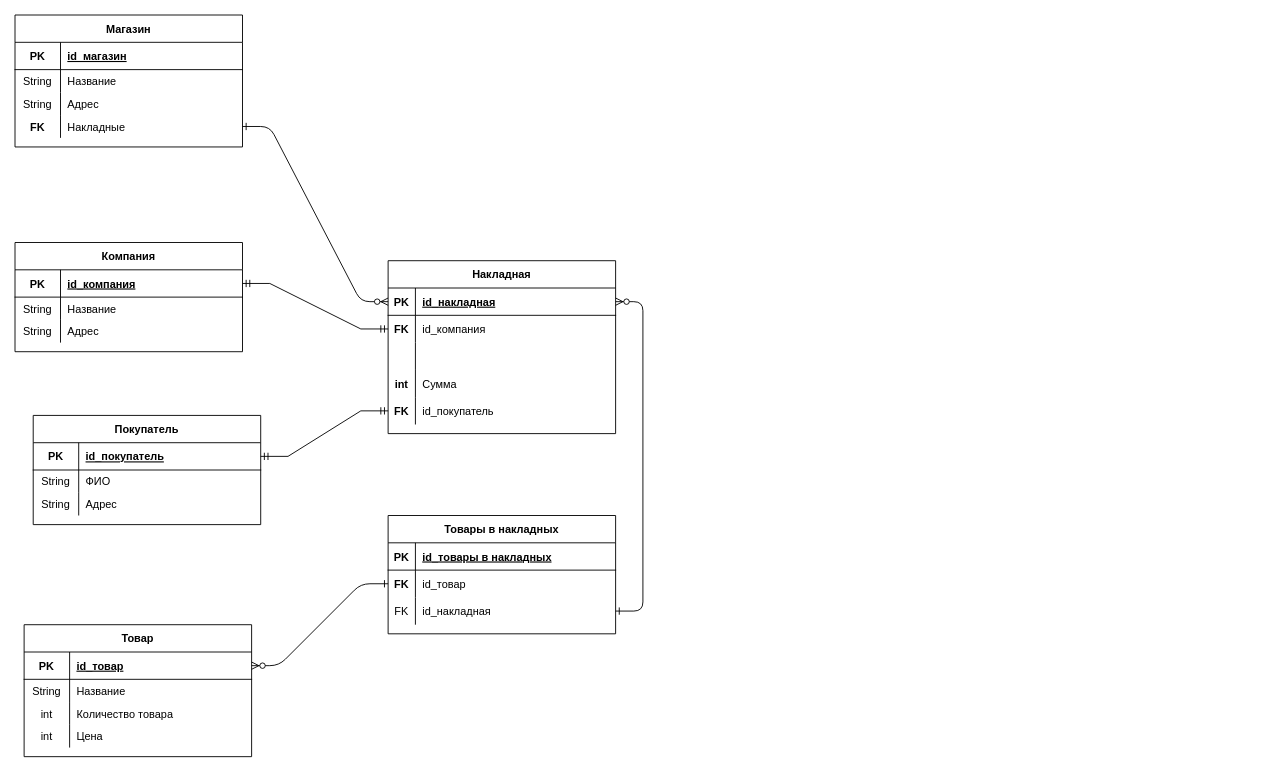
Above: LW_2/invoices.drawio in KREeDo5/data-bases (draw.io), before the change. Source tidied: cells renumbered, new cells numbered last; positions are measured from the earlier drawing's top-left corner, leaving out a move shared by most shapes. Both pictures are drawn from the tidied source at 91%, with x=0, y=0 at pixel (15, 15).
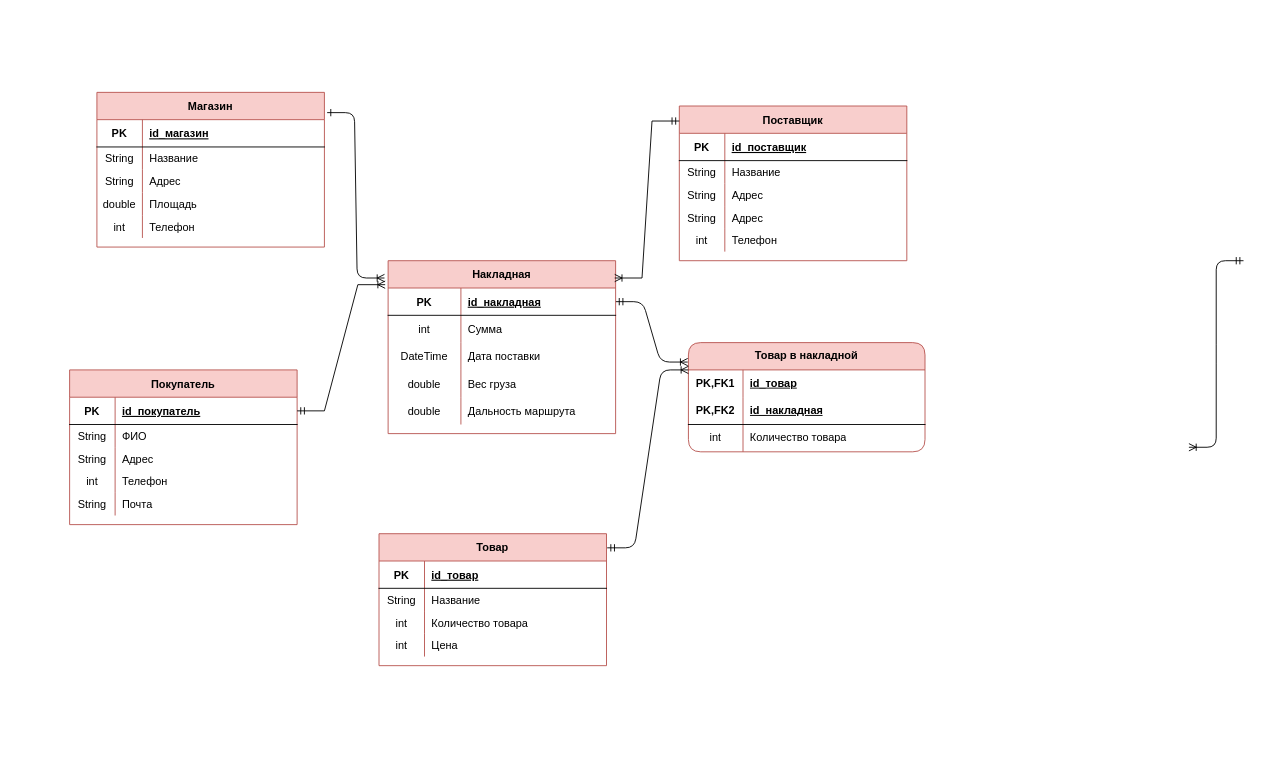
The same diagram, later.

Unchanged cells that the change refers to:
```xml
<mxCell id="5" style="shape=partialRectangle;fillColor=none;points=[[0,0.5],[1,0.5]];portConstraint=eastwest;top=0;left=0;right=0;bottom=1;" parent="4" vertex="1">
  <mxGeometry y="30" width="250" height="30" as="geometry" />
</mxCell>
<mxCell id="17" style="shape=partialRectangle;fillColor=none;points=[[0,0.5],[1,0.5]];portConstraint=eastwest;top=0;left=0;right=0;bottom=0;" parent="4" vertex="1">
  <mxGeometry y="150" width="250" height="30" as="geometry" />
</mxCell>
<mxCell id="31" style="shape=partialRectangle;fillColor=none;points=[[0,0.5],[1,0.5]];portConstraint=eastwest;top=0;left=0;right=0;bottom=1;" parent="30" vertex="1">
  <mxGeometry y="30" width="250" height="30" as="geometry" />
</mxCell>
<mxCell id="44" style="shape=partialRectangle;fillColor=none;points=[[0,0.5],[1,0.5]];portConstraint=eastwest;top=0;left=0;right=0;bottom=1;" parent="43" vertex="1">
  <mxGeometry y="30" width="250" height="30" as="geometry" />
</mxCell>
<mxCell id="54" style="shape=partialRectangle;fillColor=none;points=[[0,0.5],[1,0.5]];portConstraint=eastwest;top=0;left=0;right=0;bottom=1;" parent="53" vertex="1">
  <mxGeometry y="30" width="250" height="30" as="geometry" />
</mxCell>
<mxCell id="75" style="shape=partialRectangle;fillColor=none;points=[[0,0.5],[1,0.5]];portConstraint=eastwest;top=0;left=0;right=0;bottom=0;" parent="65" vertex="1">
  <mxGeometry y="110" width="250" height="25" as="geometry" />
</mxCell>
```

What changed in the source:
```diff
@@
-    <mxCell id="2" style="edgeStyle=entityRelationEdgeStyle;endArrow=ERzeroToMany;startArrow=ERone;endFill=1;startFill=0;exitX=0;exitY=0.5;exitDx=0;exitDy=0;entryX=1;entryY=0.5;entryDx=0;entryDy=0;" parent="1" edge="1" source="24" target="31">
+    <mxCell id="2" style="edgeStyle=entityRelationEdgeStyle;endArrow=ERoneToMany;startArrow=ERmandOne;endFill=0;startFill=0;exitX=1;exitY=0.5;exitDx=0;exitDy=0;entryX=-0.003;entryY=0.178;entryDx=0;entryDy=0;entryPerimeter=0;" parent="1" edge="1" source="5" target="102">
       <mxGeometry relative="1" as="geometry" />
     </mxCell>
-    <mxCell id="3" style="edgeStyle=entityRelationEdgeStyle;endArrow=ERzeroToMany;startArrow=ERone;endFill=1;startFill=0;exitX=1;exitY=0.5;exitDx=0;exitDy=0;entryX=1;entryY=0.5;entryDx=0;entryDy=0;" parent="1" edge="1" source="27" target="5">
-      <mxGeometry relative="1" as="geometry" />
+    <mxCell id="3" style="edgeStyle=entityRelationEdgeStyle;endArrow=ERmandOne;startArrow=ERoneToMany;endFill=0;startFill=0;entryX=1;entryY=0.5;entryDx=0;entryDy=0;" parent="1" edge="1">
+      <mxGeometry relative="1" as="geometry">
+        <mxPoint x="1290" y="475" as="sourcePoint" />
+        <mxPoint x="1350" y="270" as="targetPoint" />
+      </mxGeometry>
     </mxCell>
-    <mxCell id="4" value="Накладная" style="shape=table;startSize=30;childLayout=tableLayout;rowLines=0;fontStyle=1;align=center;" parent="1" vertex="1">
+    <mxCell id="4" value="Накладная" style="shape=table;startSize=30;childLayout=tableLayout;rowLines=0;fontStyle=1;align=center;fillColor=#f8cecc;strokeColor=#b85450;" parent="1" vertex="1">
       <mxGeometry x="410" y="270" width="250" height="190" as="geometry" />
     </mxCell>
@@
     <mxCell id="6" value="PK" style="shape=partialRectangle;overflow=hidden;fillColor=none;top=0;left=0;bottom=0;right=0;fontStyle=1;" parent="5" vertex="1">
-      <mxGeometry width="30" height="30" as="geometry" />
+      <mxGeometry width="80" height="30" as="geometry" />
     </mxCell>
     <mxCell id="7" value="id_накладная" style="shape=partialRectangle;overflow=hidden;fillColor=none;top=0;left=0;bottom=0;right=0;align=left;spacingLeft=6;fontStyle=5;" parent="5" vertex="1">
-      <mxGeometry x="30" width="220" height="30" as="geometry" />
+      <mxGeometry x="80" width="170" height="30" as="geometry" />
     </mxCell>
-    <mxCell id="8" style="shape=partialRectangle;fillColor=none;points=[[0,0.5],[1,0.5]];portConstraint=eastwest;top=0;left=0;right=0;bottom=0;" parent="4" vertex="1">
-      <mxGeometry y="60" width="250" height="30" as="geometry" />
-    </mxCell>
-    <mxCell id="9" value="FK" style="shape=partialRectangle;overflow=hidden;fillColor=none;top=0;left=0;bottom=0;right=0;fontStyle=1;" parent="8" vertex="1">
-      <mxGeometry width="30" height="30" as="geometry" />
-    </mxCell>
-    <mxCell id="10" value="id_компания" style="shape=partialRectangle;overflow=hidden;fillColor=none;top=0;left=0;bottom=0;right=0;align=left;spacingLeft=6;" parent="8" vertex="1">
-      <mxGeometry x="30" width="220" height="30" as="geometry" />
-    </mxCell>
-    <mxCell id="11" style="shape=partialRectangle;fillColor=none;top=0;left=0;right=0;bottom=0;" parent="4" vertex="1">
-      <mxGeometry y="90" width="250" height="30" as="geometry" />
-    </mxCell>
-    <mxCell id="12" style="shape=partialRectangle;overflow=hidden;fillColor=none;top=0;left=0;bottom=0;right=0;fontStyle=1;" parent="11" vertex="1">
-      <mxGeometry width="30" height="30" as="geometry" />
-    </mxCell>
-    <mxCell id="13" style="shape=partialRectangle;overflow=hidden;fillColor=none;top=0;left=0;bottom=0;right=0;align=left;spacingLeft=6;" parent="11" vertex="1">
-      <mxGeometry x="30" width="220" height="30" as="geometry" />
-    </mxCell>
     <mxCell id="14" style="shape=partialRectangle;fillColor=none;top=0;left=0;right=0;bottom=0;" parent="4" vertex="1">
-      <mxGeometry y="120" width="250" height="30" as="geometry" />
+      <mxGeometry y="60" width="250" height="30" as="geometry" />
     </mxCell>
-    <mxCell id="15" value="int" style="shape=partialRectangle;overflow=hidden;fillColor=none;top=0;left=0;bottom=0;right=0;fontStyle=1;" parent="14" vertex="1">
-      <mxGeometry width="30" height="30" as="geometry" />
+    <mxCell id="15" value="int" style="shape=partialRectangle;overflow=hidden;fillColor=none;top=0;left=0;bottom=0;right=0;fontStyle=0;" parent="14" vertex="1">
+      <mxGeometry width="80" height="30" as="geometry" />
     </mxCell>
     <mxCell id="16" value="Сумма" style="shape=partialRectangle;overflow=hidden;fillColor=none;top=0;left=0;bottom=0;right=0;align=left;spacingLeft=6;" parent="14" vertex="1">
-      <mxGeometry x="30" width="220" height="30" as="geometry" />
+      <mxGeometry x="80" width="170" height="30" as="geometry" />
     </mxCell>
+    <mxCell id="79" style="shape=partialRectangle;fillColor=none;top=0;left=0;right=0;bottom=0;" parent="4" vertex="1">
+      <mxGeometry y="90" width="250" height="30" as="geometry" />
+    </mxCell>
+    <mxCell id="80" value="DateTime" style="shape=partialRectangle;overflow=hidden;fillColor=none;top=0;left=0;bottom=0;right=0;fontStyle=0;" parent="79" vertex="1">
+      <mxGeometry width="80" height="30" as="geometry" />
+    </mxCell>
+    <mxCell id="81" value="Дата поставки" style="shape=partialRectangle;overflow=hidden;fillColor=none;top=0;left=0;bottom=0;right=0;align=left;spacingLeft=6;" parent="79" vertex="1">
+      <mxGeometry x="80" width="170" height="30" as="geometry" />
+    </mxCell>
+    <mxCell id="82" style="shape=partialRectangle;fillColor=none;top=0;left=0;right=0;bottom=0;" parent="4" vertex="1">
+      <mxGeometry y="120" width="250" height="30" as="geometry" />
+    </mxCell>
+    <mxCell id="83" value="double" style="shape=partialRectangle;overflow=hidden;fillColor=none;top=0;left=0;bottom=0;right=0;fontStyle=0;" parent="82" vertex="1">
+      <mxGeometry width="80" height="30" as="geometry" />
+    </mxCell>
+    <mxCell id="84" value="Вес груза" style="shape=partialRectangle;overflow=hidden;fillColor=none;top=0;left=0;bottom=0;right=0;align=left;spacingLeft=6;" parent="82" vertex="1">
+      <mxGeometry x="80" width="170" height="30" as="geometry" />
+    </mxCell>
@@
-    <mxCell id="18" value="FK" style="shape=partialRectangle;overflow=hidden;fillColor=none;top=0;left=0;bottom=0;right=0;fontStyle=1;" parent="17" vertex="1">
-      <mxGeometry width="30" height="30" as="geometry" />
-    </mxCell>
-    <mxCell id="19" value="id_покупатель" style="shape=partialRectangle;overflow=hidden;fillColor=none;top=0;left=0;bottom=0;right=0;align=left;spacingLeft=6;" parent="17" vertex="1">
-      <mxGeometry x="30" width="220" height="30" as="geometry" />
-    </mxCell>
-    <mxCell id="20" value="Товары в накладных" style="shape=table;startSize=30;childLayout=tableLayout;rowLines=0;fontStyle=1;align=center;" parent="1" vertex="1">
-      <mxGeometry x="410" y="550" width="250" height="130" as="geometry" />
-    </mxCell>
-    <mxCell id="21" style="shape=partialRectangle;fillColor=none;top=0;left=0;right=0;bottom=1;" parent="20" vertex="1">
-      <mxGeometry y="30" width="250" height="30" as="geometry" />
-    </mxCell>
-    <mxCell id="22" value="PK" style="shape=partialRectangle;overflow=hidden;fillColor=none;top=0;left=0;bottom=0;right=0;fontStyle=1;" parent="21" vertex="1">
-      <mxGeometry width="30" height="30" as="geometry" />
-    </mxCell>
-    <mxCell id="23" value="id_товары в накладных" style="shape=partialRectangle;overflow=hidden;fillColor=none;top=0;left=0;bottom=0;right=0;align=left;spacingLeft=6;fontStyle=5;" parent="21" vertex="1">
-      <mxGeometry x="30" width="220" height="30" as="geometry" />
-    </mxCell>
-    <mxCell id="24" style="shape=partialRectangle;fillColor=none;points=[[0,0.5],[1,0.5]];portConstraint=eastwest;top=0;left=0;right=0;bottom=0;" parent="20" vertex="1">
-      <mxGeometry y="60" width="250" height="30" as="geometry" />
-    </mxCell>
-    <mxCell id="25" value="FK" style="shape=partialRectangle;overflow=hidden;fillColor=none;top=0;left=0;bottom=0;right=0;fontStyle=1;" parent="24" vertex="1">
-      <mxGeometry width="30" height="30" as="geometry" />
-    </mxCell>
-    <mxCell id="26" value="id_товар" style="shape=partialRectangle;overflow=hidden;fillColor=none;top=0;left=0;bottom=0;right=0;align=left;spacingLeft=6;" parent="24" vertex="1">
-      <mxGeometry x="30" width="220" height="30" as="geometry" />
-    </mxCell>
-    <mxCell id="27" style="shape=partialRectangle;fillColor=none;points=[[0,0.5],[1,0.5]];portConstraint=eastwest;top=0;left=0;right=0;bottom=0;" parent="20" vertex="1">
-      <mxGeometry y="90" width="250" height="30" as="geometry" />
-    </mxCell>
-    <mxCell id="28" value="FK" style="shape=partialRectangle;overflow=hidden;fillColor=none;top=0;left=0;bottom=0;right=0;" parent="27" vertex="1">
-      <mxGeometry width="30" height="30" as="geometry" />
-    </mxCell>
-    <mxCell id="29" value="id_накладная" style="shape=partialRectangle;overflow=hidden;fillColor=none;top=0;left=0;bottom=0;right=0;align=left;spacingLeft=6;" parent="27" vertex="1">
-      <mxGeometry x="30" width="220" height="30" as="geometry" />
-    </mxCell>
+    <mxCell id="85" value="double" style="shape=partialRectangle;overflow=hidden;fillColor=none;top=0;left=0;bottom=0;right=0;fontStyle=0;" parent="17" vertex="1">
+      <mxGeometry width="80" height="30" as="geometry" />
+    </mxCell>
+    <mxCell id="86" value="Дальность маршрута" style="shape=partialRectangle;overflow=hidden;fillColor=none;top=0;left=0;bottom=0;right=0;align=left;spacingLeft=6;" parent="17" vertex="1">
+      <mxGeometry x="80" width="170" height="30" as="geometry" />
+    </mxCell>
-    <mxCell id="30" value="Товар" style="shape=table;startSize=30;childLayout=tableLayout;rowLines=0;fontStyle=1;align=center;" parent="1" vertex="1">
-      <mxGeometry x="10" y="670" width="250" height="145" as="geometry" />
+    <mxCell id="30" value="Товар" style="shape=table;startSize=30;childLayout=tableLayout;rowLines=0;fontStyle=1;align=center;fillColor=#f8cecc;strokeColor=#b85450;" parent="1" vertex="1">
+      <mxGeometry x="400" y="570" width="250" height="145" as="geometry" />
     </mxCell>
@@
-    <mxCell id="43" value="Компания" style="shape=table;startSize=30;childLayout=tableLayout;rowLines=0;fontStyle=1;align=center;" parent="1" vertex="1">
-      <mxGeometry y="250" width="250" height="120" as="geometry" />
+    <mxCell id="43" value="Поставщик" style="shape=table;startSize=30;childLayout=tableLayout;rowLines=0;fontStyle=1;align=center;fillColor=#f8cecc;strokeColor=#b85450;" parent="1" vertex="1">
+      <mxGeometry x="730" y="100" width="250" height="170" as="geometry" />
     </mxCell>
@@
-    <mxCell id="46" value="id_компания" style="shape=partialRectangle;overflow=hidden;fillColor=none;top=0;left=0;bottom=0;right=0;align=left;spacingLeft=6;fontStyle=5;" parent="44" vertex="1">
+    <mxCell id="46" value="id_поставщик" style="shape=partialRectangle;overflow=hidden;fillColor=none;top=0;left=0;bottom=0;right=0;align=left;spacingLeft=6;fontStyle=5;" parent="44" vertex="1">
       <mxGeometry x="50" width="200" height="30" as="geometry" />
     </mxCell>
@@
+    <mxCell id="87" style="shape=partialRectangle;fillColor=none;top=0;left=0;right=0;bottom=0;" parent="43" vertex="1">
+      <mxGeometry y="110" width="250" height="25" as="geometry" />
+    </mxCell>
+    <mxCell id="88" value="String" style="shape=partialRectangle;overflow=hidden;fillColor=none;top=0;left=0;bottom=0;right=0;" parent="87" vertex="1">
+      <mxGeometry width="50" height="25" as="geometry" />
+    </mxCell>
+    <mxCell id="89" value="Адрес" style="shape=partialRectangle;overflow=hidden;fillColor=none;top=0;left=0;bottom=0;right=0;align=left;spacingLeft=6;" parent="87" vertex="1">
+      <mxGeometry x="50" width="200" height="25" as="geometry" />
+    </mxCell>
+    <mxCell id="90" style="shape=partialRectangle;fillColor=none;top=0;left=0;right=0;bottom=0;" parent="43" vertex="1">
+      <mxGeometry y="135" width="250" height="25" as="geometry" />
+    </mxCell>
+    <mxCell id="91" value="int" style="shape=partialRectangle;overflow=hidden;fillColor=none;top=0;left=0;bottom=0;right=0;" parent="90" vertex="1">
+      <mxGeometry width="50" height="25" as="geometry" />
+    </mxCell>
+    <mxCell id="92" value="Телефон" style="shape=partialRectangle;overflow=hidden;fillColor=none;top=0;left=0;bottom=0;right=0;align=left;spacingLeft=6;" parent="90" vertex="1">
+      <mxGeometry x="50" width="200" height="25" as="geometry" />
+    </mxCell>
-    <mxCell id="53" value="Покупатель" style="shape=table;startSize=30;childLayout=tableLayout;rowLines=0;fontStyle=1;align=center;" parent="1" vertex="1">
-      <mxGeometry x="20" y="440" width="250" height="120" as="geometry" />
+    <mxCell id="53" value="Покупатель" style="shape=table;startSize=30;childLayout=tableLayout;rowLines=0;fontStyle=1;align=center;fillColor=#f8cecc;strokeColor=#b85450;" parent="1" vertex="1">
+      <mxGeometry x="60" y="390" width="250" height="170" as="geometry" />
     </mxCell>
@@
+    <mxCell id="93" style="shape=partialRectangle;fillColor=none;top=0;left=0;right=0;bottom=0;" parent="53" vertex="1">
+      <mxGeometry y="110" width="250" height="25" as="geometry" />
+    </mxCell>
+    <mxCell id="94" value="int" style="shape=partialRectangle;overflow=hidden;fillColor=none;top=0;left=0;bottom=0;right=0;" parent="93" vertex="1">
+      <mxGeometry width="50" height="25" as="geometry" />
+    </mxCell>
+    <mxCell id="95" value="Телефон" style="shape=partialRectangle;overflow=hidden;fillColor=none;top=0;left=0;bottom=0;right=0;align=left;spacingLeft=6;" parent="93" vertex="1">
+      <mxGeometry x="50" width="200" height="25" as="geometry" />
+    </mxCell>
+    <mxCell id="96" style="shape=partialRectangle;fillColor=none;top=0;left=0;right=0;bottom=0;" parent="53" vertex="1">
+      <mxGeometry y="135" width="250" height="25" as="geometry" />
+    </mxCell>
+    <mxCell id="97" value="String" style="shape=partialRectangle;overflow=hidden;fillColor=none;top=0;left=0;bottom=0;right=0;" parent="96" vertex="1">
+      <mxGeometry width="50" height="25" as="geometry" />
+    </mxCell>
+    <mxCell id="98" value="Почта" style="shape=partialRectangle;overflow=hidden;fillColor=none;top=0;left=0;bottom=0;right=0;align=left;spacingLeft=6;" parent="96" vertex="1">
+      <mxGeometry x="50" width="200" height="25" as="geometry" />
+    </mxCell>
-    <mxCell id="63" style="edgeStyle=entityRelationEdgeStyle;fontSize=12;html=1;endArrow=ERmandOne;startArrow=ERmandOne;rounded=0;exitX=1;exitY=0.5;exitDx=0;exitDy=0;entryX=0;entryY=0.5;entryDx=0;entryDy=0;" parent="1" edge="1" source="54" target="17">
+    <mxCell id="63" style="edgeStyle=entityRelationEdgeStyle;fontSize=12;html=1;endArrow=ERoneToMany;startArrow=ERmandOne;rounded=0;exitX=1;exitY=0.5;exitDx=0;exitDy=0;entryX=-0.013;entryY=-0.122;entryDx=0;entryDy=0;endFill=0;entryPerimeter=0;" parent="1" edge="1" source="54" target="5">
       <mxGeometry relative="1" as="geometry" />
     </mxCell>
-    <mxCell id="64" style="edgeStyle=entityRelationEdgeStyle;fontSize=12;html=1;endArrow=ERmandOne;startArrow=ERmandOne;rounded=0;exitX=1;exitY=0.5;exitDx=0;exitDy=0;entryX=0;entryY=0.5;entryDx=0;entryDy=0;" parent="1" edge="1" source="44" target="8">
+    <mxCell id="64" style="edgeStyle=entityRelationEdgeStyle;fontSize=12;html=1;endArrow=ERoneToMany;startArrow=ERmandOne;rounded=0;exitX=0;exitY=0.097;exitDx=0;exitDy=0;entryX=0.996;entryY=0.1;entryDx=0;entryDy=0;startFill=0;endFill=0;entryPerimeter=0;exitPerimeter=0;" parent="1" edge="1" source="43" target="4">
       <mxGeometry relative="1" as="geometry" />
     </mxCell>
-    <mxCell id="65" value="Магазин" style="shape=table;startSize=30;childLayout=tableLayout;rowLines=0;fontStyle=1;align=center;" parent="1" vertex="1">
-      <mxGeometry width="250" height="145" as="geometry" />
+    <mxCell id="65" value="Магазин" style="shape=table;startSize=30;childLayout=tableLayout;rowLines=0;fontStyle=1;align=center;fillColor=#f8cecc;strokeColor=#b85450;" parent="1" vertex="1">
+      <mxGeometry x="90" y="85" width="250" height="170" as="geometry" />
     </mxCell>
@@
-    <mxCell id="76" value="FK" style="shape=partialRectangle;overflow=hidden;fillColor=none;top=0;left=0;bottom=0;right=0;fontStyle=1;" parent="75" vertex="1">
+    <mxCell id="76" value="double" style="shape=partialRectangle;overflow=hidden;fillColor=none;top=0;left=0;bottom=0;right=0;fontStyle=0;" parent="75" vertex="1">
       <mxGeometry width="50" height="25" as="geometry" />
     </mxCell>
-    <mxCell id="77" value="Накладные" style="shape=partialRectangle;overflow=hidden;fillColor=none;top=0;left=0;bottom=0;right=0;align=left;spacingLeft=6;" parent="75" vertex="1">
+    <mxCell id="77" value="Площадь" style="shape=partialRectangle;overflow=hidden;fillColor=none;top=0;left=0;bottom=0;right=0;align=left;spacingLeft=6;" parent="75" vertex="1">
       <mxGeometry x="50" width="200" height="25" as="geometry" />
     </mxCell>
+    <mxCell id="99" style="shape=partialRectangle;fillColor=none;top=0;left=0;right=0;bottom=0;" parent="65" vertex="1">
+      <mxGeometry y="135" width="250" height="25" as="geometry" />
+    </mxCell>
+    <mxCell id="100" value="int" style="shape=partialRectangle;overflow=hidden;fillColor=none;top=0;left=0;bottom=0;right=0;fontStyle=0;" parent="99" vertex="1">
+      <mxGeometry width="50" height="25" as="geometry" />
+    </mxCell>
+    <mxCell id="101" value="Телефон" style="shape=partialRectangle;overflow=hidden;fillColor=none;top=0;left=0;bottom=0;right=0;align=left;spacingLeft=6;" parent="99" vertex="1">
+      <mxGeometry x="50" width="200" height="25" as="geometry" />
+    </mxCell>
-    <mxCell id="78" style="edgeStyle=entityRelationEdgeStyle;endArrow=ERzeroToMany;startArrow=ERone;endFill=1;startFill=0;exitX=1;exitY=0.5;exitDx=0;exitDy=0;entryX=0;entryY=0.5;entryDx=0;entryDy=0;" parent="1" edge="1" source="75" target="5">
+    <mxCell id="78" style="edgeStyle=entityRelationEdgeStyle;endArrow=ERoneToMany;startArrow=ERone;endFill=0;startFill=0;exitX=1.012;exitY=0.131;exitDx=0;exitDy=0;exitPerimeter=0;entryX=-0.016;entryY=0.1;entryDx=0;entryDy=0;entryPerimeter=0;" parent="1" edge="1" source="65" target="4">
       <mxGeometry relative="1" as="geometry" />
     </mxCell>
+    <mxCell id="102" value="Товар в накладной" style="shape=table;startSize=30;childLayout=tableLayout;rowLines=0;fontStyle=1;align=center;html=1;whiteSpace=wrap;rounded=1;fillColor=#f8cecc;strokeColor=#b85450;" parent="1" vertex="1">
+      <mxGeometry x="740" y="360" width="260" height="120" as="geometry" />
+    </mxCell>
+    <mxCell id="103" style="shape=tableRow;horizontal=0;startSize=0;swimlaneHead=0;swimlaneBody=0;fillColor=none;top=0;left=0;right=0;bottom=0;html=1;rounded=1;" parent="102" vertex="1">
+      <mxGeometry y="30" width="260" height="30" as="geometry" />
+    </mxCell>
+    <mxCell id="104" value="PK,FK1" style="shape=partialRectangle;fillColor=none;top=0;left=0;bottom=0;right=0;fontStyle=1;overflow=hidden;html=1;whiteSpace=wrap;rounded=1;" parent="103" vertex="1">
+      <mxGeometry width="60" height="30" as="geometry" />
+    </mxCell>
+    <mxCell id="26" value="id_товар" style="shape=partialRectangle;fillColor=none;top=0;left=0;bottom=0;right=0;align=left;spacingLeft=6;fontStyle=5;overflow=hidden;html=1;whiteSpace=wrap;rounded=1;" parent="103" vertex="1">
+      <mxGeometry x="60" width="200" height="30" as="geometry" />
+    </mxCell>
+    <mxCell id="105" style="shape=tableRow;horizontal=0;startSize=0;swimlaneHead=0;swimlaneBody=0;fillColor=none;top=0;left=0;right=0;bottom=1;html=1;rounded=1;" parent="102" vertex="1">
+      <mxGeometry y="60" width="260" height="30" as="geometry" />
+    </mxCell>
+    <mxCell id="106" value="PK,FK2" style="shape=partialRectangle;fillColor=none;top=0;left=0;bottom=0;right=0;fontStyle=1;overflow=hidden;html=1;whiteSpace=wrap;rounded=1;" parent="105" vertex="1">
+      <mxGeometry width="60" height="30" as="geometry" />
+    </mxCell>
+    <mxCell id="29" value="id_накладная" style="shape=partialRectangle;fillColor=none;top=0;left=0;bottom=0;right=0;align=left;spacingLeft=6;fontStyle=5;overflow=hidden;html=1;whiteSpace=wrap;rounded=1;" parent="105" vertex="1">
+      <mxGeometry x="60" width="200" height="30" as="geometry" />
+    </mxCell>
+    <mxCell id="107" style="shape=tableRow;horizontal=0;startSize=0;swimlaneHead=0;swimlaneBody=0;fillColor=none;top=0;left=0;right=0;bottom=0;html=1;rounded=1;" parent="102" vertex="1">
+      <mxGeometry y="90" width="260" height="30" as="geometry" />
+    </mxCell>
+    <mxCell id="108" value="int" style="shape=partialRectangle;fillColor=none;top=0;left=0;bottom=0;right=0;overflow=hidden;html=1;whiteSpace=wrap;rounded=1;" parent="107" vertex="1">
+      <mxGeometry width="60" height="30" as="geometry" />
+    </mxCell>
+    <mxCell id="109" value="Количество товара" style="shape=partialRectangle;fillColor=none;top=0;left=0;bottom=0;right=0;align=left;spacingLeft=6;overflow=hidden;html=1;whiteSpace=wrap;rounded=1;" parent="107" vertex="1">
+      <mxGeometry x="60" width="200" height="30" as="geometry" />
+    </mxCell>
+    <mxCell id="110" style="edgeStyle=entityRelationEdgeStyle;endArrow=ERoneToMany;startArrow=ERmandOne;endFill=0;startFill=0;exitX=1.003;exitY=0.107;exitDx=0;exitDy=0;exitPerimeter=0;" parent="1" edge="1" source="30">
+      <mxGeometry relative="1" as="geometry">
+        <mxPoint x="740" y="390" as="targetPoint" />
+      </mxGeometry>
+    </mxCell>
```
